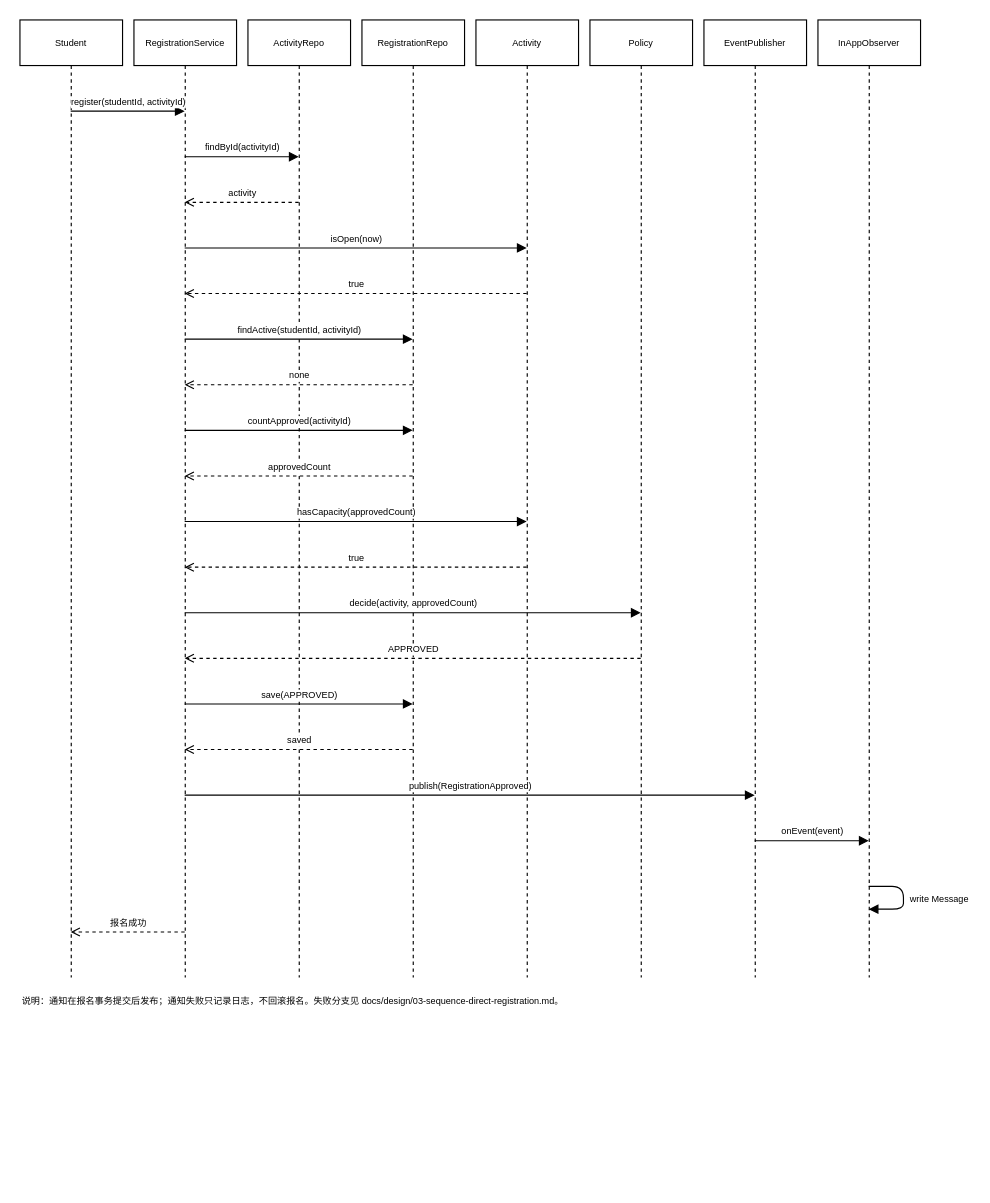
The draw.io diagram page "03 直接报名时序" (3 of 5) of docs/design/diagrams/CampusEvent-design.drawio in Cynyun/CampusEvent, before the edit. Source tidied: cells renumbered, new cells numbered last; positions are measured from the earlier drawing's top-left corner, leaving out a move shared by most shapes. Both pictures are drawn from the tidied source at 114%, with x=0, y=0 at pixel (19, 19).
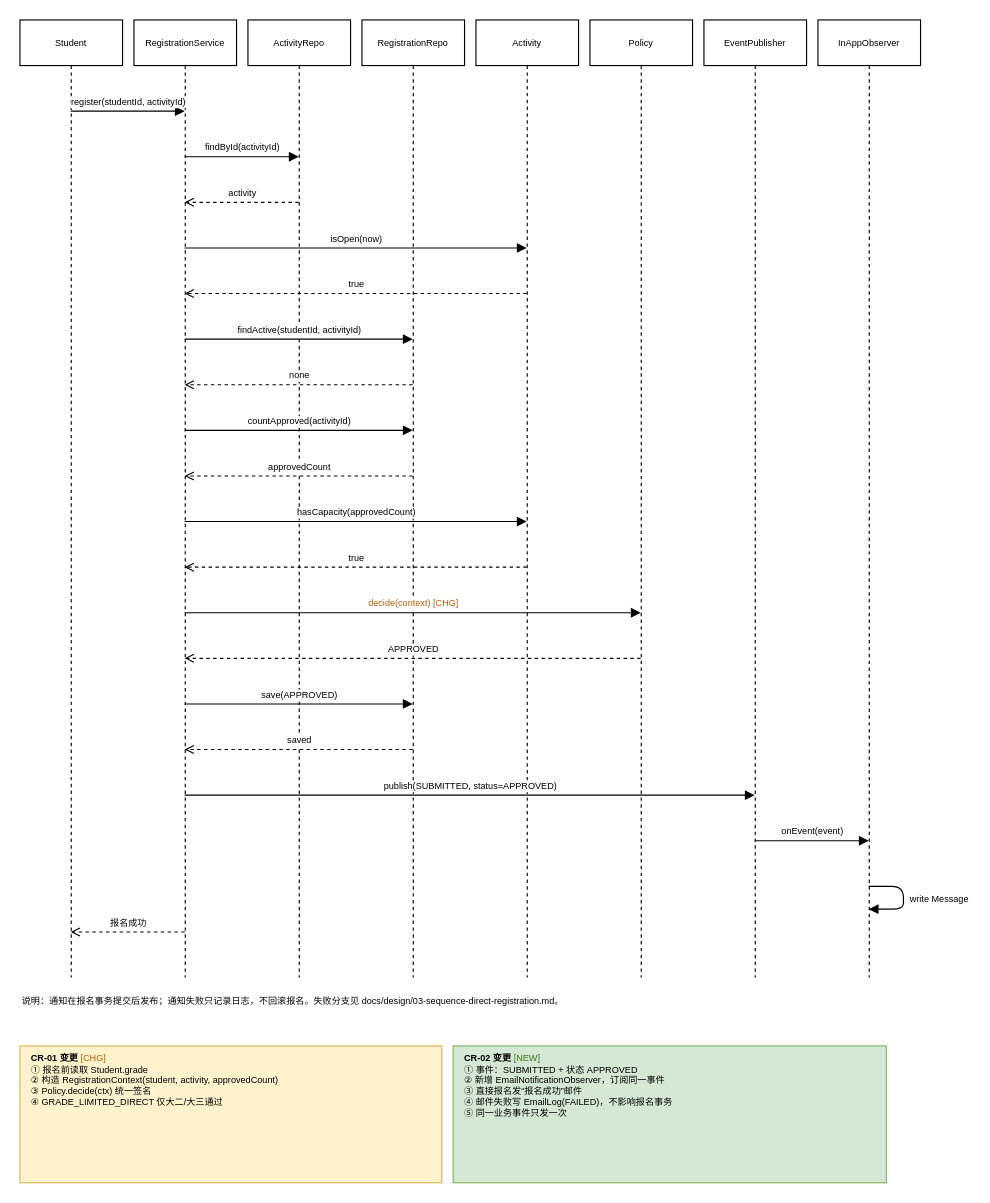
Above is the later version.

Unchanged cells that the change refers to:
```xml
<mxCell id="3" value="RegistrationService" style="shape=umlLifeline;perimeter=lifelinePerimeter;size=40;fontSize=8;whiteSpace=wrap;html=1;" parent="1" vertex="1">
  <mxGeometry x="100" width="90" height="840" as="geometry" />
</mxCell>
<mxCell id="7" value="Policy" style="shape=umlLifeline;perimeter=lifelinePerimeter;size=40;fontSize=8;whiteSpace=wrap;html=1;" parent="1" vertex="1">
  <mxGeometry x="500" width="90" height="840" as="geometry" />
</mxCell>
<mxCell id="8" value="EventPublisher" style="shape=umlLifeline;perimeter=lifelinePerimeter;size=40;fontSize=8;whiteSpace=wrap;html=1;" parent="1" vertex="1">
  <mxGeometry x="600" width="90" height="840" as="geometry" />
</mxCell>
```

The edit, as a diff of the source:
```diff
@@
-    <mxCell id="21" value="decide(activity, approvedCount)" style="verticalAlign=bottom;endArrow=block;fontSize=8;exitX=0.5;exitY=0;exitDy=520;entryX=0.5;entryY=0;entryDy=520;html=1;" parent="1" edge="1" source="3" target="7">
+    <mxCell id="21" value="decide(context) [CHG]" style="verticalAlign=bottom;endArrow=block;fontSize=8;fontColor=#b45f06;exitX=0.5;exitY=0;exitDy=520;entryX=0.5;entryY=0;entryDy=520;html=1;" parent="1" edge="1" source="3" target="7">
       <mxGeometry relative="1" as="geometry" />
     </mxCell>
@@
-    <mxCell id="25" value="publish(RegistrationApproved)" style="verticalAlign=bottom;endArrow=block;fontSize=8;exitX=0.5;exitY=0;exitDy=680;entryX=0.5;entryY=0;entryDy=680;html=1;" parent="1" edge="1" source="3" target="8">
+    <mxCell id="25" value="publish(SUBMITTED, status=APPROVED)" style="verticalAlign=bottom;endArrow=block;fontSize=8;exitX=0.5;exitY=0;exitDy=680;entryX=0.5;entryY=0;entryDy=680;html=1;" parent="1" edge="1" source="3" target="8">
       <mxGeometry relative="1" as="geometry" />
     </mxCell>
@@
+    <mxCell id="30" value="&lt;b&gt;CR-01 变更&lt;/b&gt; &lt;font color=&quot;#b45f06&quot;&gt;[CHG]&lt;/font&gt;&lt;br&gt;① 报名前读取 Student.grade&lt;br&gt;② 构造 RegistrationContext(student, activity, approvedCount)&lt;br&gt;③ Policy.decide(ctx) 统一签名&lt;br&gt;④ GRADE_LIMITED_DIRECT 仅大二/大三通过" style="text;align=left;verticalAlign=top;fontSize=8;fillColor=#fff2cc;strokeColor=#d6b656;whiteSpace=wrap;html=1;spacingLeft=8;spacingRight=8;" parent="1" vertex="1">
+      <mxGeometry y="900" width="370" height="120" as="geometry" />
+    </mxCell>
+    <mxCell id="31" value="&lt;b&gt;CR-02 变更&lt;/b&gt; &lt;font color=&quot;#38761d&quot;&gt;[NEW]&lt;/font&gt;&lt;br&gt;① 事件：SUBMITTED + 状态 APPROVED&lt;br&gt;② 新增 EmailNotificationObserver，订阅同一事件&lt;br&gt;③ 直接报名发“报名成功”邮件&lt;br&gt;④ 邮件失败写 EmailLog(FAILED)，不影响报名事务&lt;br&gt;⑤ 同一业务事件只发一次" style="text;align=left;verticalAlign=top;fontSize=8;fillColor=#d5e8d4;strokeColor=#82b366;whiteSpace=wrap;html=1;spacingLeft=8;spacingRight=8;" parent="1" vertex="1">
+      <mxGeometry x="380" y="900" width="380" height="120" as="geometry" />
+    </mxCell>
```
